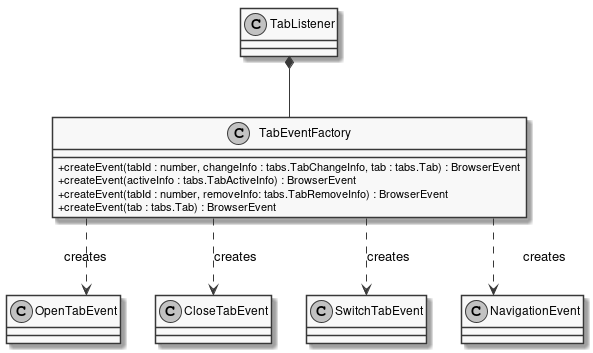
Before: documents/sd/resources/Classes/BrowserExtension/Listeners/TabEventFactory.png, a diagram exported from PlantUML (insightmind/MORR). Its diagram source:
```plantuml
@startuml
skinparam linetype ortho
skinparam monochrome true
skinparam classAttributeIconSize 0
class TabEventFactory {
	+ createEvent(tabId : number, changeInfo : tabs.TabChangeInfo, tab : tabs.Tab) : BrowserEvent
	+ createEvent(activeInfo : tabs.TabActiveInfo) : BrowserEvent
	+ createEvent(tabId : number, removeInfo: tabs.TabRemoveInfo) : BrowserEvent
	+ createEvent(tab : tabs.Tab) : BrowserEvent
}
TabListener *-- TabEventFactory
TabEventFactory .DOWN.> OpenTabEvent : creates
TabEventFactory .DOWN.> CloseTabEvent : creates
TabEventFactory .DOWN.> SwitchTabEvent : creates
TabEventFactory .DOWN.> NavigationEvent : creates
@enduml
```
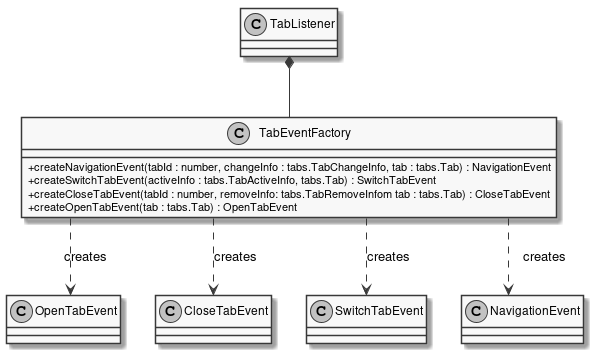
The same diagram one commit later.

Change to the diagram source:
```diff
@@ -3,10 +3,10 @@
 skinparam monochrome true
 skinparam classAttributeIconSize 0
 class TabEventFactory {
-	+ createEvent(tabId : number, changeInfo : tabs.TabChangeInfo, tab : tabs.Tab) : BrowserEvent
-	+ createEvent(activeInfo : tabs.TabActiveInfo) : BrowserEvent
-	+ createEvent(tabId : number, removeInfo: tabs.TabRemoveInfo) : BrowserEvent
-	+ createEvent(tab : tabs.Tab) : BrowserEvent
+	+ createNavigationEvent(tabId : number, changeInfo : tabs.TabChangeInfo, tab : tabs.Tab) : NavigationEvent
+	+ createSwitchTabEvent(activeInfo : tabs.TabActiveInfo, tabs.Tab) : SwitchTabEvent
+	+ createCloseTabEvent(tabId : number, removeInfo: tabs.TabRemoveInfom tab : tabs.Tab) : CloseTabEvent
+	+ createOpenTabEvent(tab : tabs.Tab) : OpenTabEvent
 }
 TabListener *-- TabEventFactory
 TabEventFactory .DOWN.> OpenTabEvent : creates
```
